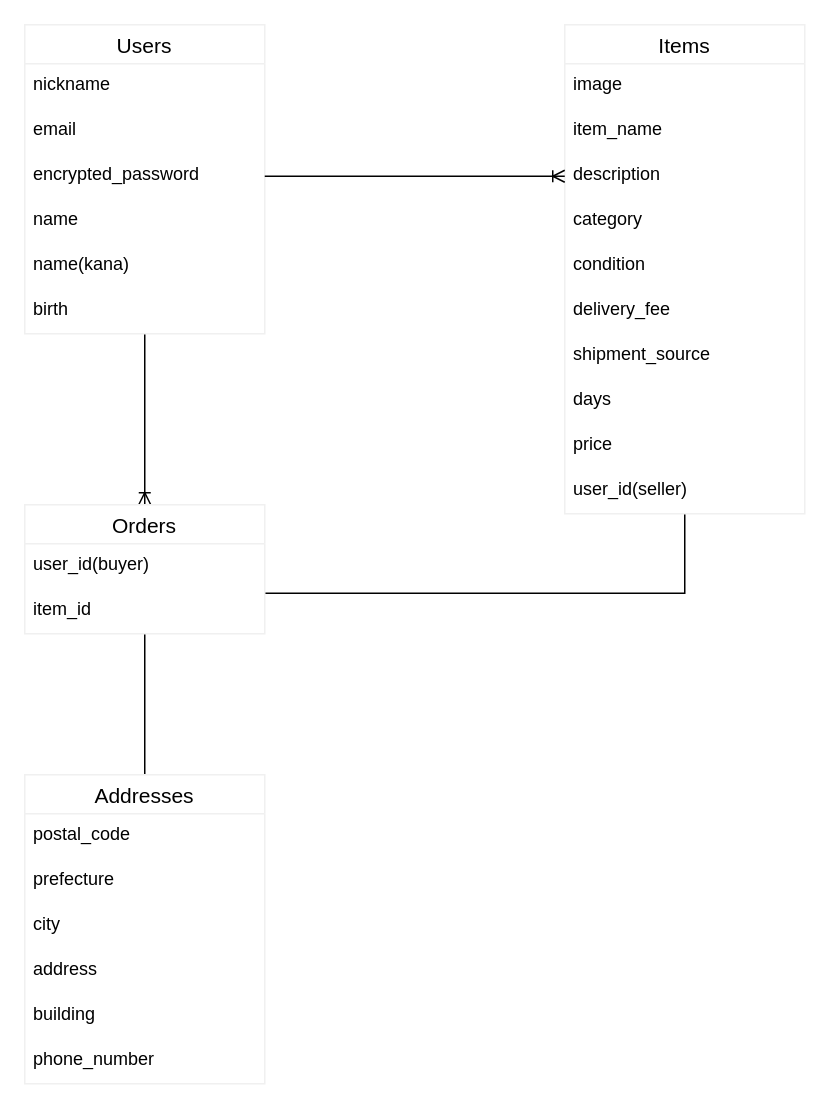
Above: ER.dio in yukyamam/furima-36877 (draw.io), before the change. Source tidied: cells renumbered, new cells numbered last; positions are measured from the earlier drawing's top-left corner, leaving out a move shared by most shapes. Both pictures are drawn from the tidied source at 150%, with x=0, y=0 at pixel (24, 24).
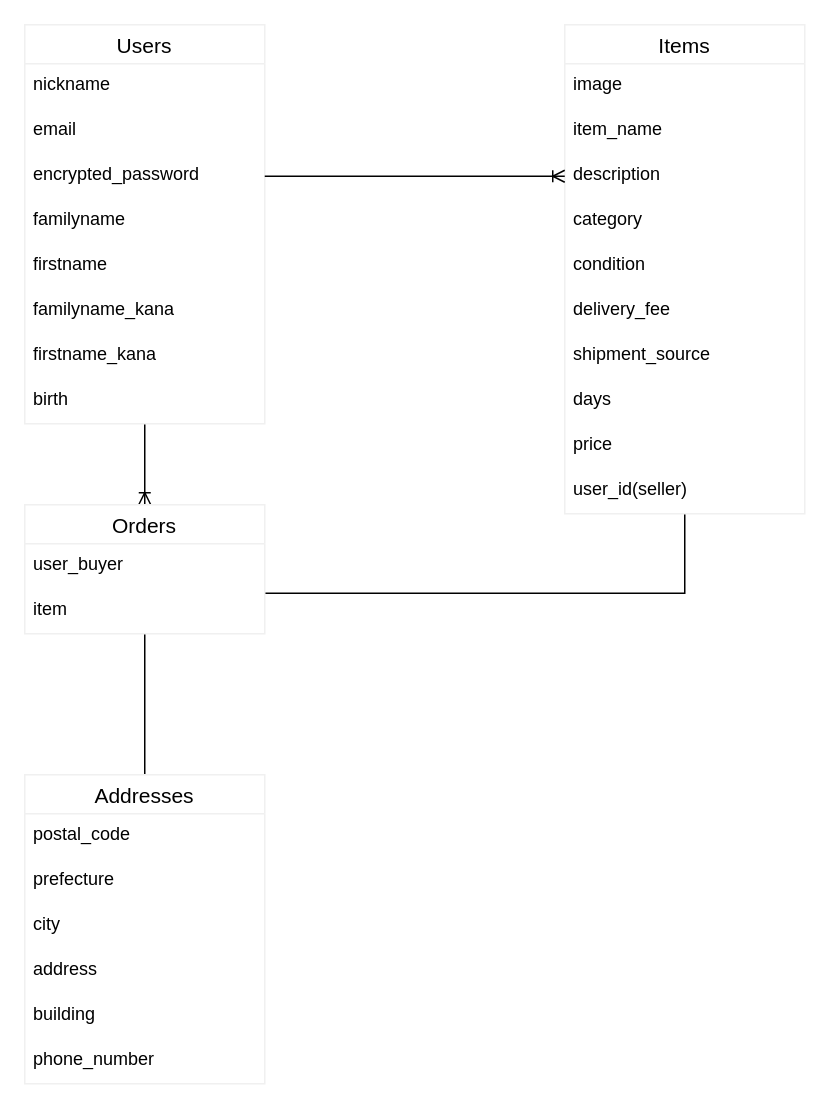
Above is the later version.

The change refers to these unchanged cells:
```xml
<mxCell id="23" value="Orders" style="swimlane;fontStyle=0;horizontal=1;startSize=26;align=center;fontSize=14;shadow=0;strokeColor=#f0f0f0;" parent="1" vertex="1">
  <mxGeometry y="320" width="160" height="86" as="geometry" />
</mxCell>
```

Change to the diagram source:
```diff
@@
     <mxCell id="3" value="Users" style="swimlane;fontStyle=0;horizontal=1;startSize=26;align=center;fontSize=14;shadow=0;strokeColor=#f0f0f0;" parent="1" vertex="1">
-      <mxGeometry width="160" height="206" as="geometry" />
+      <mxGeometry width="160" height="266" as="geometry" />
     </mxCell>
@@
-    <mxCell id="7" value="name" style="text;strokeColor=none;fillColor=none;spacingLeft=4;spacingRight=4;overflow=hidden;fontSize=12;" parent="3" vertex="1">
+    <mxCell id="7" value="familyname" style="text;strokeColor=none;fillColor=none;spacingLeft=4;spacingRight=4;overflow=hidden;fontSize=12;" parent="3" vertex="1">
       <mxGeometry y="116" width="160" height="30" as="geometry" />
     </mxCell>
+    <mxCell id="34" value="firstname" style="text;strokeColor=none;fillColor=none;spacingLeft=4;spacingRight=4;overflow=hidden;fontSize=12;" parent="3" vertex="1">
+      <mxGeometry y="146" width="160" height="30" as="geometry" />
+    </mxCell>
-    <mxCell id="8" value="name(kana)" style="text;strokeColor=none;fillColor=none;spacingLeft=4;spacingRight=4;overflow=hidden;fontSize=12;" parent="3" vertex="1">
-      <mxGeometry y="146" width="160" height="30" as="geometry" />
+    <mxCell id="8" value="familyname_kana" style="text;strokeColor=none;fillColor=none;spacingLeft=4;spacingRight=4;overflow=hidden;fontSize=12;" parent="3" vertex="1">
+      <mxGeometry y="176" width="160" height="30" as="geometry" />
     </mxCell>
+    <mxCell id="35" value="firstname_kana" style="text;strokeColor=none;fillColor=none;spacingLeft=4;spacingRight=4;overflow=hidden;fontSize=12;" parent="3" vertex="1">
+      <mxGeometry y="206" width="160" height="30" as="geometry" />
+    </mxCell>
     <mxCell id="9" value="birth" style="text;strokeColor=none;fillColor=none;spacingLeft=4;spacingRight=4;overflow=hidden;fontSize=12;" parent="3" vertex="1">
-      <mxGeometry y="176" width="160" height="30" as="geometry" />
+      <mxGeometry y="236" width="160" height="30" as="geometry" />
     </mxCell>
@@
-    <mxCell id="24" value="user_id(buyer)" style="text;strokeColor=none;fillColor=none;spacingLeft=4;spacingRight=4;overflow=hidden;fontSize=12;" parent="23" vertex="1">
+    <mxCell id="24" value="user_buyer" style="text;strokeColor=none;fillColor=none;spacingLeft=4;spacingRight=4;overflow=hidden;fontSize=12;" parent="23" vertex="1">
       <mxGeometry y="26" width="160" height="30" as="geometry" />
     </mxCell>
-    <mxCell id="25" value="item_id" style="text;strokeColor=none;fillColor=none;spacingLeft=4;spacingRight=4;overflow=hidden;points=[[0,0.5],[1,0.5]];portConstraint=eastwest;fontSize=12;" parent="23" vertex="1">
+    <mxCell id="25" value="item" style="text;strokeColor=none;fillColor=none;spacingLeft=4;spacingRight=4;overflow=hidden;points=[[0,0.5],[1,0.5]];portConstraint=eastwest;fontSize=12;" parent="23" vertex="1">
       <mxGeometry y="56" width="160" height="30" as="geometry" />
     </mxCell>
```
